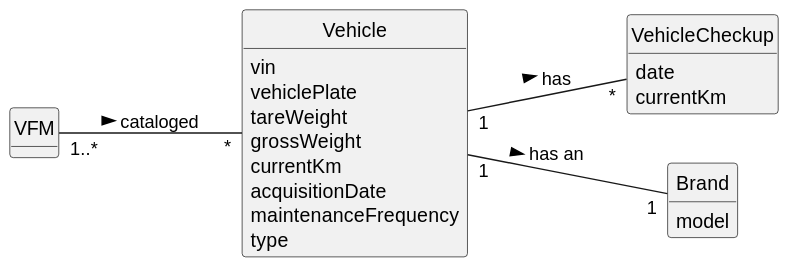
ricardomm7/leaflink keeps this PlantUML diagram as docs/sprintB/us008/02.analysis/svg/us008-domain-model.svg. Above is the earlier version. Source of this version:
```plantuml
@startuml
skinparam monochrome true
skinparam packageStyle rectangle
skinparam shadowing false

skinparam classAttributeIconSize 0
left to right direction

hide circle
hide methods

class VFM {
}

class VehicleCheckup {
    date
    currentKm
}

class Vehicle {
vin
vehiclePlate
tareWeight
grossWeight
currentKm
acquisitionDate
maintenanceFrequency
type
}

class Brand {
model
}


Vehicle "1"-- "1" Brand: has an >
VFM "1..*" -- "*" Vehicle : cataloged >
Vehicle "1" -- "*" VehicleCheckup : has >
@enduml
```
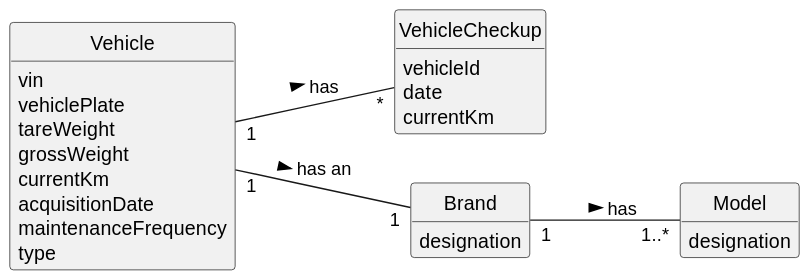
The same file after the commit.

What changed in the source:
```diff
@@ -9,10 +9,9 @@
 hide circle
 hide methods
 
-class VFM {
-}
 
 class VehicleCheckup {
+    vehicleId
     date
     currentKm
 }
@@ -29,11 +28,15 @@
 }
 
 class Brand {
-model
+    designation
+}
+
+class Model{
+    designation
 }
 
 
 Vehicle "1"-- "1" Brand: has an >
-VFM "1..*" -- "*" Vehicle : cataloged >
+Brand "1" -- "1..*" Model: has >
 Vehicle "1" -- "*" VehicleCheckup : has >
 @enduml
```
